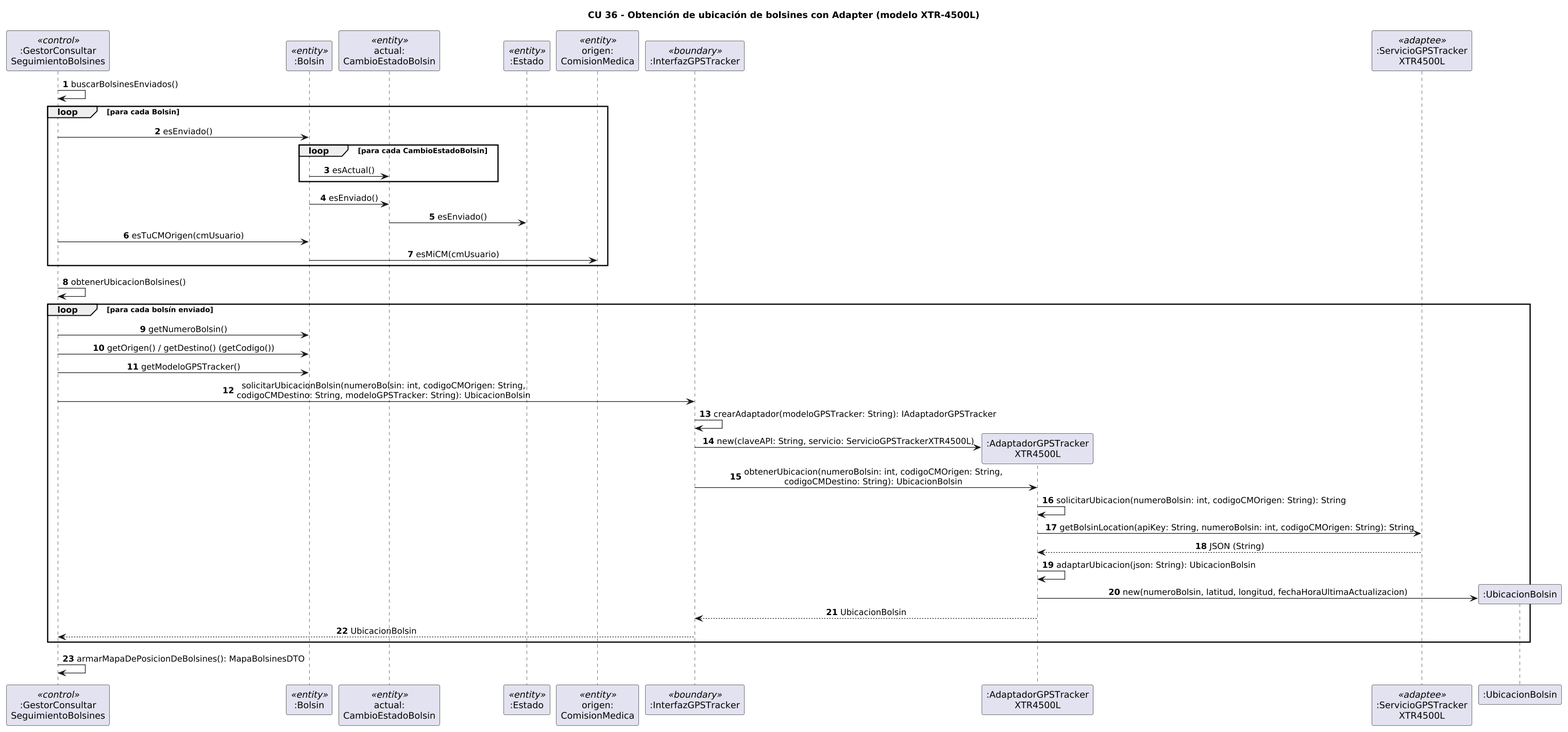
Before: 03_diagramas/png/02_secuencia_diseno_adapter.png, a diagram exported from PlantUML (Fedegon10/CU-36-G1).
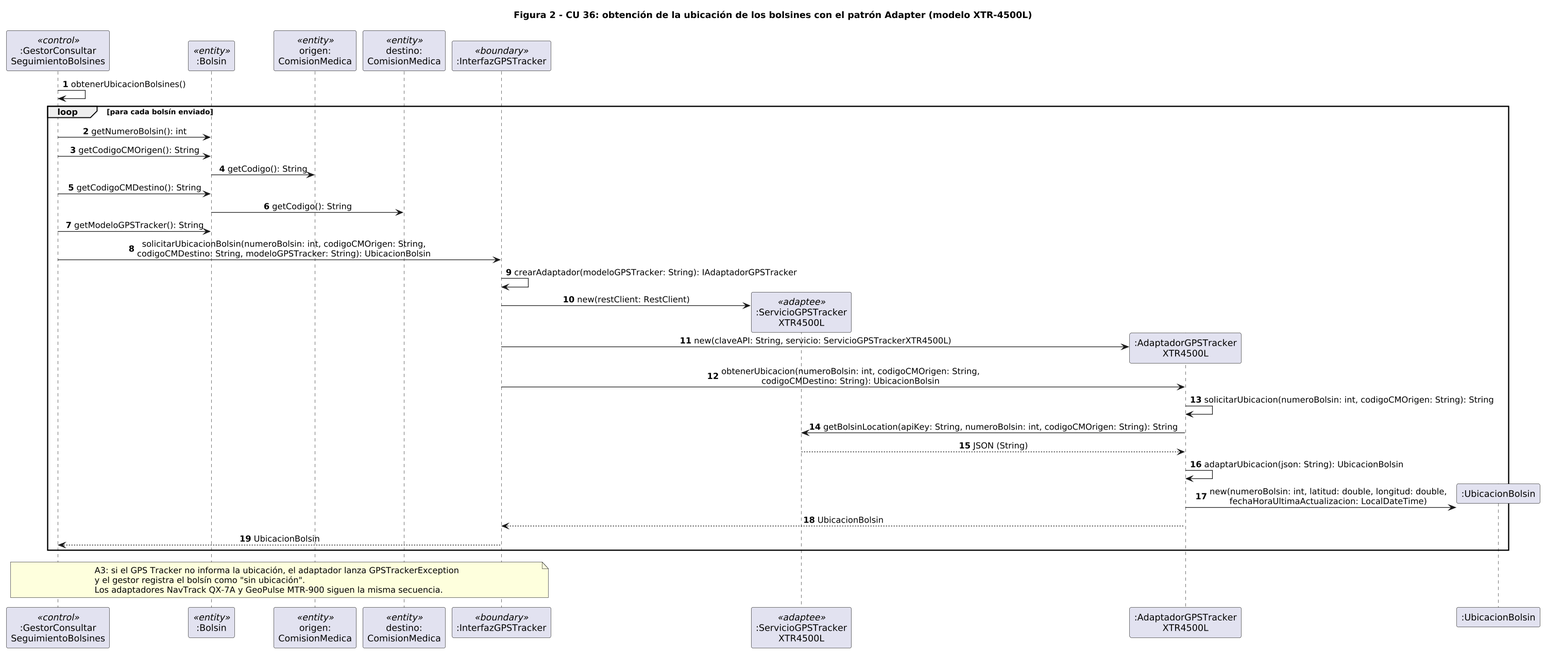
The same file after the commit.

Diff of the diagram source:
```diff
@@ -2,37 +2,29 @@
 skinparam dpi 120
 skinparam sequenceMessageAlign center
 autonumber
-title CU 36 - Obtención de ubicación de bolsines con Adapter (modelo XTR-4500L)
+title Figura 2 - CU 36: obtención de la ubicación de los bolsines con el patrón Adapter (modelo XTR-4500L)
 
 participant ":GestorConsultar\nSeguimientoBolsines" as G <<control>>
 participant ":Bolsin" as B <<entity>>
-participant "actual:\nCambioEstadoBolsin" as CE <<entity>>
-participant ":Estado" as E <<entity>>
-participant "origen:\nComisionMedica" as CM <<entity>>
+participant "origen:\nComisionMedica" as CMO <<entity>>
+participant "destino:\nComisionMedica" as CMD <<entity>>
 participant ":InterfazGPSTracker" as I <<boundary>>
+participant ":ServicioGPSTracker\nXTR4500L" as S <<adaptee>>
 participant ":AdaptadorGPSTracker\nXTR4500L" as A
-participant ":ServicioGPSTracker\nXTR4500L" as S <<adaptee>>
 participant ":UbicacionBolsin" as U
-
-G -> G : buscarBolsinesEnviados()
-loop para cada Bolsin
-  G -> B : esEnviado()
-  loop para cada CambioEstadoBolsin
-    B -> CE : esActual()
-  end
-  B -> CE : esEnviado()
-  CE -> E : esEnviado()
-  G -> B : esTuCMOrigen(cmUsuario)
-  B -> CM : esMiCM(cmUsuario)
-end
 
 G -> G : obtenerUbicacionBolsines()
 loop para cada bolsín enviado
-  G -> B : getNumeroBolsin()
-  G -> B : getOrigen() / getDestino() (getCodigo())
-  G -> B : getModeloGPSTracker()
+  G -> B : getNumeroBolsin(): int
+  G -> B : getCodigoCMOrigen(): String
+  B -> CMO : getCodigo(): String
+  G -> B : getCodigoCMDestino(): String
+  B -> CMD : getCodigo(): String
+  G -> B : getModeloGPSTracker(): String
   G -> I : solicitarUbicacionBolsin(numeroBolsin: int, codigoCMOrigen: String,\ncodigoCMDestino: String, modeloGPSTracker: String): UbicacionBolsin
   I -> I : crearAdaptador(modeloGPSTracker: String): IAdaptadorGPSTracker
+  create S
+  I -> S : new(restClient: RestClient)
   create A
   I -> A : new(claveAPI: String, servicio: ServicioGPSTrackerXTR4500L)
   I -> A : obtenerUbicacion(numeroBolsin: int, codigoCMOrigen: String,\ncodigoCMDestino: String): UbicacionBolsin
@@ -41,10 +33,14 @@
   S --> A : JSON (String)
   A -> A : adaptarUbicacion(json: String): UbicacionBolsin
   create U
-  A -> U : new(numeroBolsin, latitud, longitud, fechaHoraUltimaActualizacion)
+  A -> U : new(numeroBolsin: int, latitud: double, longitud: double,\nfechaHoraUltimaActualizacion: LocalDateTime)
   A --> I : UbicacionBolsin
   I --> G : UbicacionBolsin
 end
 
-G -> G : armarMapaDePosicionDeBolsines(): MapaBolsinesDTO
+note over G, I
+  A3: si el GPS Tracker no informa la ubicación, el adaptador lanza GPSTrackerException
+  y el gestor registra el bolsín como "sin ubicación".
+  Los adaptadores NavTrack QX-7A y GeoPulse MTR-900 siguen la misma secuencia.
+end note
 @enduml
```
